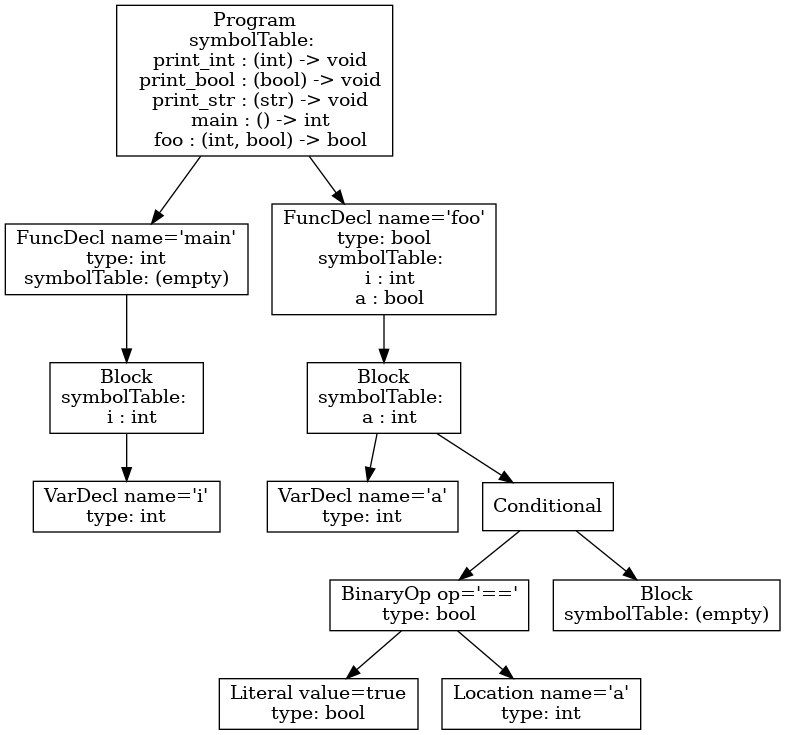
This is ast.png from vtstew/p3-analysis, a Graphviz export, as it was before one commit. Its source is kept beside it as ast.dot.
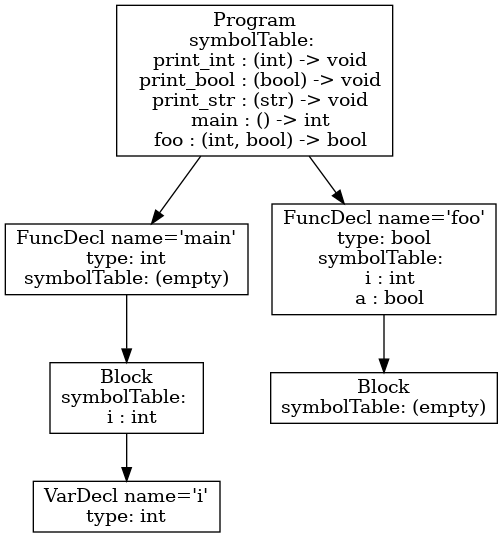
The same diagram one commit later.

Change to the diagram source:
```diff
@@ -4,19 +4,7 @@
 2 -> 3;
 1 [shape=box, label="FuncDecl name='main'\ntype: int\nsymbolTable: (empty)"];
 1 -> 2;
-6 [shape=box, label="VarDecl name='a'\ntype: int"];
-9 [shape=box, label="Literal value=true\ntype: bool"];
-10 [shape=box, label="Location name='a'\ntype: int"];
-8 [shape=box, label="BinaryOp op='=='\ntype: bool"];
-8 -> 9;
-8 -> 10;
-11 [shape=box, label="Block\nsymbolTable: (empty)"];
-7 [shape=box, label="Conditional"];
-7 -> 8;
-7 -> 11;
-5 [shape=box, label="Block\nsymbolTable: \n  a : int"];
-5 -> 6;
-5 -> 7;
+5 [shape=box, label="Block\nsymbolTable: (empty)"];
 4 [shape=box, label="FuncDecl name='foo'\ntype: bool\nsymbolTable: \n  i : int\n  a : bool"];
 4 -> 5;
 0 [shape=box, label="Program\nsymbolTable: \n  print_int : (int) -> void\n  print_bool : (bool) -> void\n  print_str : (str) -> void\n  main : () -> int\n  foo : (int, bool) -> bool"];
```
